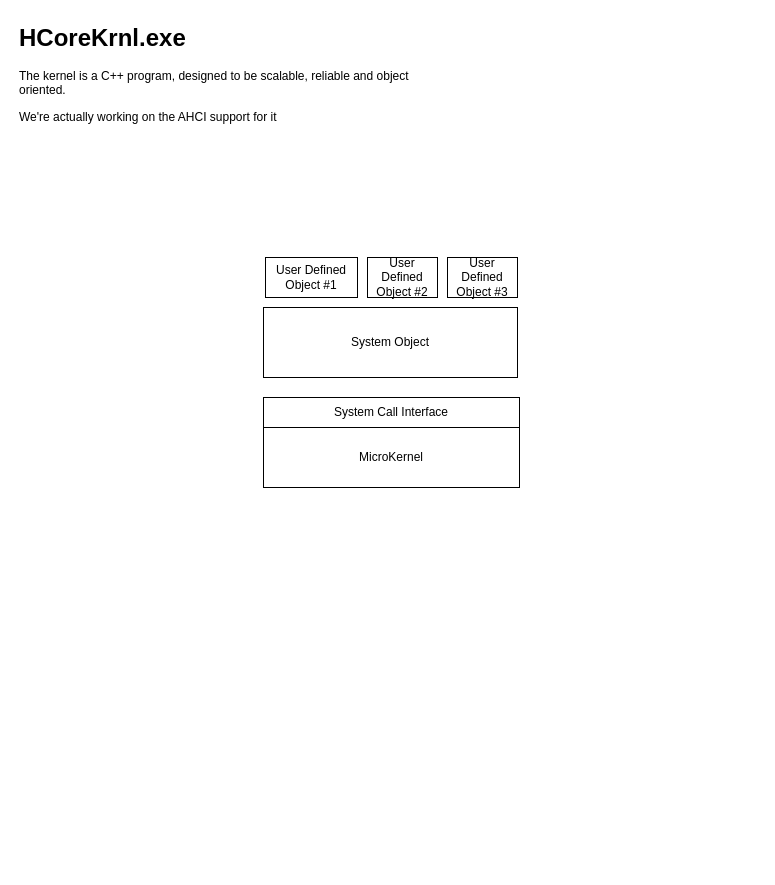
This is DesignChoices.drawio from nekernel-org/nekernel, a draw.io file, before an edit. Source tidied: cells renumbered, new cells numbered last; positions are measured from the earlier drawing's top-left corner, leaving out a move shared by most shapes. Both pictures are drawn from the tidied source at 100%, with x=0, y=0 at pixel (17, 17).
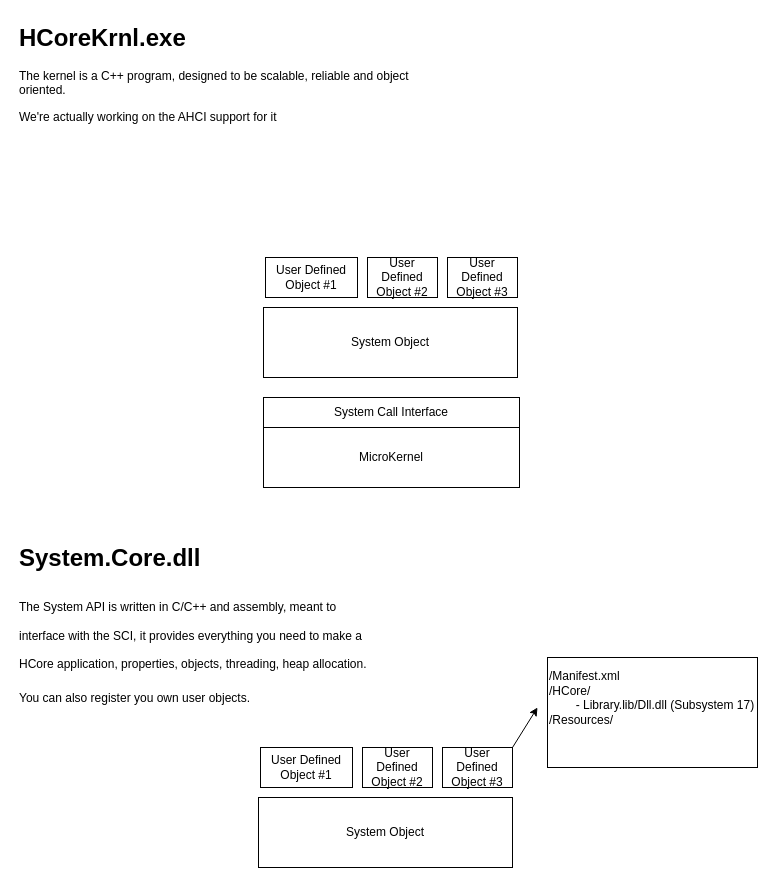
After the change.

Commit message:
Update design choices.

Change to the diagram source:
```diff
@@
 <mxGraphModel>
   <root>
     <mxCell id="0" />
     <mxCell id="1" parent="0" />
     <mxCell id="2" value="&lt;h1 style=&quot;margin-top: 0px;&quot;&gt;HCoreKrnl.exe&lt;/h1&gt;&lt;p&gt;The kernel is a C++ program, designed to be scalable, reliable and object oriented.&lt;/p&gt;&lt;p&gt;We're actually working on the AHCI support for it&lt;/p&gt;" style="text;html=1;whiteSpace=wrap;overflow=hidden;rounded=0;" parent="1" vertex="1">
       <mxGeometry width="400" height="120" as="geometry" />
     </mxCell>
     <mxCell id="3" value="MicroKernel" style="rounded=0;whiteSpace=wrap;html=1;" parent="1" vertex="1">
       <mxGeometry x="246" y="410" width="256" height="60" as="geometry" />
     </mxCell>
     <mxCell id="4" value="System Call Interface" style="rounded=0;whiteSpace=wrap;html=1;" parent="1" vertex="1">
       <mxGeometry x="246" y="380" width="256" height="30" as="geometry" />
     </mxCell>
     <mxCell id="5" value="System Object" style="rounded=0;whiteSpace=wrap;html=1;" parent="1" vertex="1">
       <mxGeometry x="246" y="290" width="254" height="70" as="geometry" />
     </mxCell>
     <mxCell id="6" value="User Defined Object #1" style="rounded=0;whiteSpace=wrap;html=1;" parent="1" vertex="1">
       <mxGeometry x="248" y="240" width="92" height="40" as="geometry" />
     </mxCell>
     <mxCell id="7" value="User Defined Object #2" style="rounded=0;whiteSpace=wrap;html=1;" parent="1" vertex="1">
       <mxGeometry x="350" y="240" width="70" height="40" as="geometry" />
     </mxCell>
     <mxCell id="8" value="User Defined Object #3" style="rounded=0;whiteSpace=wrap;html=1;" parent="1" vertex="1">
       <mxGeometry x="430" y="240" width="70" height="40" as="geometry" />
     </mxCell>
+    <mxCell id="9" value="&lt;h1 style=&quot;margin-top: 0px;&quot;&gt;&lt;span style=&quot;background-color: initial;&quot;&gt;System.Core.dll&lt;/span&gt;&lt;/h1&gt;&lt;h1 style=&quot;margin-top: 0px;&quot;&gt;&lt;span style=&quot;background-color: initial; font-size: 12px; font-weight: normal;&quot;&gt;The System API is written in C/C++ and assembly, meant to interface with the SCI, it provides everything you need to make a HCore application, properties, objects, threading, heap allocation.&lt;/span&gt;&lt;br&gt;&lt;/h1&gt;&lt;div&gt;&lt;span style=&quot;background-color: initial; font-size: 12px; font-weight: normal;&quot;&gt;You can also register you own user objects.&lt;/span&gt;&lt;/div&gt;" style="text;html=1;whiteSpace=wrap;overflow=hidden;rounded=0;" parent="1" vertex="1">
+      <mxGeometry y="520" width="360" height="190" as="geometry" />
+    </mxCell>
+    <mxCell id="10" value="System Object" style="rounded=0;whiteSpace=wrap;html=1;" parent="1" vertex="1">
+      <mxGeometry x="241" y="780" width="254" height="70" as="geometry" />
+    </mxCell>
+    <mxCell id="11" value="User Defined Object #1" style="rounded=0;whiteSpace=wrap;html=1;" parent="1" vertex="1">
+      <mxGeometry x="243" y="730" width="92" height="40" as="geometry" />
+    </mxCell>
+    <mxCell id="12" value="User Defined Object #2" style="rounded=0;whiteSpace=wrap;html=1;" parent="1" vertex="1">
+      <mxGeometry x="345" y="730" width="70" height="40" as="geometry" />
+    </mxCell>
+    <mxCell id="13" value="User Defined Object #3" style="rounded=0;whiteSpace=wrap;html=1;" parent="1" vertex="1">
+      <mxGeometry x="425" y="730" width="70" height="40" as="geometry" />
+    </mxCell>
+    <mxCell id="14" style="endArrow=classic;html=1;rounded=0;exitX=1;exitY=0;exitDx=0;exitDy=0;" parent="1" edge="1" source="13">
+      <mxGeometry relative="1" as="geometry">
+        <mxPoint x="520" y="690" as="targetPoint" />
+      </mxGeometry>
+    </mxCell>
+    <mxCell id="15" value="/Manifest.xml&lt;div&gt;/HCore/&lt;/div&gt;&lt;div&gt;&lt;span style=&quot;white-space: pre;&quot;&gt;&#9;&lt;/span&gt;- Library.lib/Dll.dll (Subsystem 17)&lt;/div&gt;&lt;div&gt;/Resources/&lt;/div&gt;&lt;div&gt;&lt;br&gt;&lt;/div&gt;&lt;div&gt;&lt;br&gt;&lt;/div&gt;" style="rounded=0;whiteSpace=wrap;html=1;align=left;" parent="1" vertex="1">
+      <mxGeometry x="530" y="640" width="210" height="110" as="geometry" />
+    </mxCell>
   </root>
 </mxGraphModel>
```
